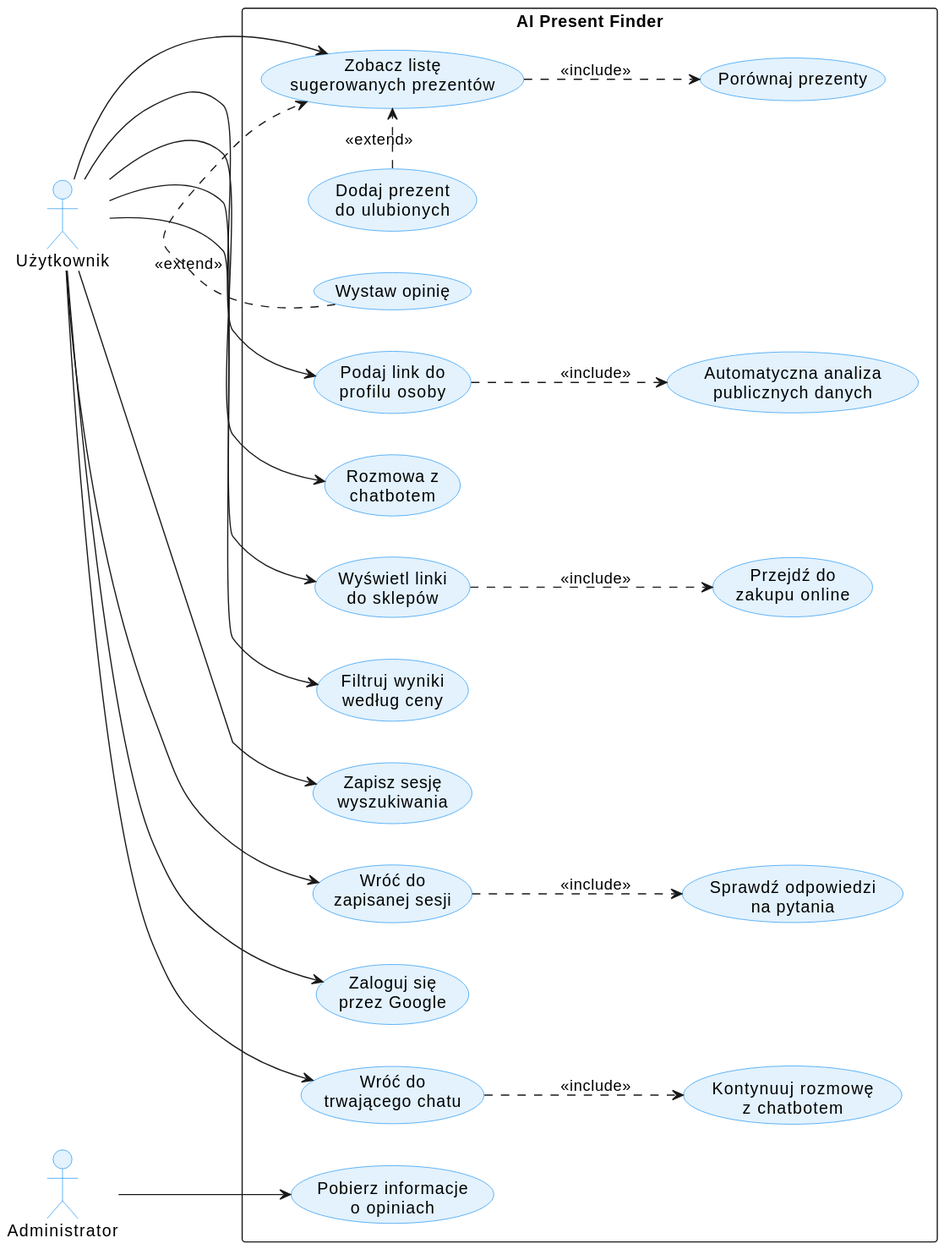
Generacja-Cuzi/ai-present-finder keeps this PlantUML diagram as docs/use_case_diagram/AI_Present_Finder_Use_Cases.svg. Above is the earlier version. The source it was exported from:
```plantuml
@startuml
!define LIGHTBLUE #E3F2FD
!define BLUE #2196F3

skinparam actor {
    BackgroundColor LIGHTBLUE
    BorderColor BLUE
}

skinparam usecase {
    BackgroundColor LIGHTBLUE
    BorderColor BLUE
}

left to right direction

actor "Użytkownik" as User
actor "Administrator" as Admin

rectangle "AI Present Finder" {

    usecase "Podaj link do\nprofilu osoby" as UC1
    usecase "Automatyczna analiza\npublicznych danych" as UC2
    usecase "Rozmowa z\nchatbotem" as UC3
    usecase "Zobacz listę\nsugerowanych prezentów" as UC4
    usecase "Wyświetl linki\ndo sklepów" as UC5
    usecase "Filtruj wyniki\nwedług ceny" as UC6
    usecase "Zapisz sesję\nwyszukiwania" as UC8
    usecase "Wróć do\nzapisanej sesji" as UC9
    usecase "Wystaw opinię" as UC10
    usecase "Pobierz informacje\no opiniach" as UC11
    usecase "Zaloguj się\nprzez Google" as UC12
    usecase "Wróć do\ntrwającego chatu" as UC13
    usecase "Dodaj prezent\ndo ulubionych" as UC14

    usecase "Przejdź do\nzakupu online" as UC5_1
    usecase "Porównaj prezenty" as UC4_1
    usecase "Sprawdź odpowiedzi\nna pytania" as UC9_1
    usecase "Kontynuuj rozmowę\nz chatbotem" as UC13_1
}

User --> UC1
User --> UC3
User --> UC4
User --> UC5
User --> UC6
User --> UC8
User --> UC9
User --> UC12
User --> UC13

Admin --> UC11

UC1 ..> UC2 : <<include>>
UC4 ..> UC4_1 : <<include>>
UC5 ..> UC5_1 : <<include>>
UC9 ..> UC9_1 : <<include>>
UC13 ..> UC13_1 : <<include>>
UC10 .> UC4 : <<extend>>
UC14 .> UC4 : <<extend>>
@enduml
```
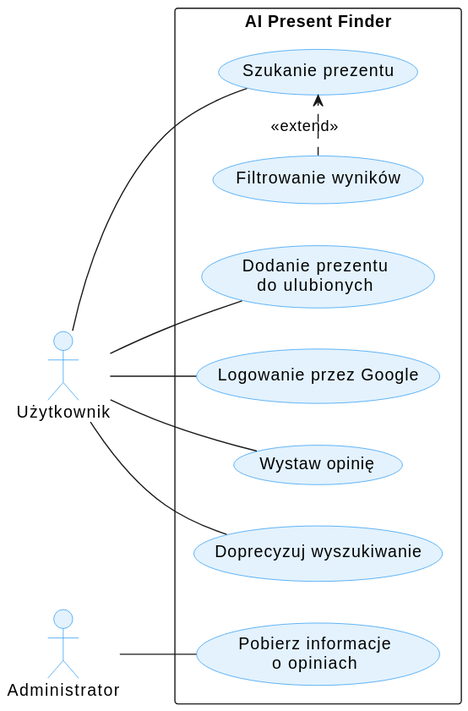
Above is the later version.

Commit message:
feat: update use case diagram

Diff of the diagram source:
```diff
@@ -18,44 +18,22 @@
 actor "Administrator" as Admin
 
 rectangle "AI Present Finder" {
-
-    usecase "Podaj link do\nprofilu osoby" as UC1
-    usecase "Automatyczna analiza\npublicznych danych" as UC2
-    usecase "Rozmowa z\nchatbotem" as UC3
-    usecase "Zobacz listę\nsugerowanych prezentów" as UC4
-    usecase "Wyświetl linki\ndo sklepów" as UC5
-    usecase "Filtruj wyniki\nwedług ceny" as UC6
-    usecase "Zapisz sesję\nwyszukiwania" as UC8
-    usecase "Wróć do\nzapisanej sesji" as UC9
-    usecase "Wystaw opinię" as UC10
-    usecase "Pobierz informacje\no opiniach" as UC11
-    usecase "Zaloguj się\nprzez Google" as UC12
-    usecase "Wróć do\ntrwającego chatu" as UC13
-    usecase "Dodaj prezent\ndo ulubionych" as UC14
-
-    usecase "Przejdź do\nzakupu online" as UC5_1
-    usecase "Porównaj prezenty" as UC4_1
-    usecase "Sprawdź odpowiedzi\nna pytania" as UC9_1
-    usecase "Kontynuuj rozmowę\nz chatbotem" as UC13_1
+    usecase "Szukanie prezentu" as UC1
+    usecase "Dodanie prezentu\ndo ulubionych" as UC2
+    usecase "Logowanie przez Google" as UC3
+    usecase "Wystaw opinię" as UC4
+    usecase "Doprecyzuj wyszukiwanie" as UC5
+    usecase "Pobierz informacje\no opiniach" as UC6
+    usecase "Filtrowanie wyników" as UC7
 }
 
-User --> UC1
-User --> UC3
-User --> UC4
-User --> UC5
-User --> UC6
-User --> UC8
-User --> UC9
-User --> UC12
-User --> UC13
+User -- UC1
+User -- UC2
+User -- UC3
+User -- UC4
+User -- UC5
 
-Admin --> UC11
+Admin -- UC6
 
-UC1 ..> UC2 : <<include>>
-UC4 ..> UC4_1 : <<include>>
-UC5 ..> UC5_1 : <<include>>
-UC9 ..> UC9_1 : <<include>>
-UC13 ..> UC13_1 : <<include>>
-UC10 .> UC4 : <<extend>>
-UC14 .> UC4 : <<extend>>
+UC7 .> UC1 : <<extend>>
 @enduml
```
